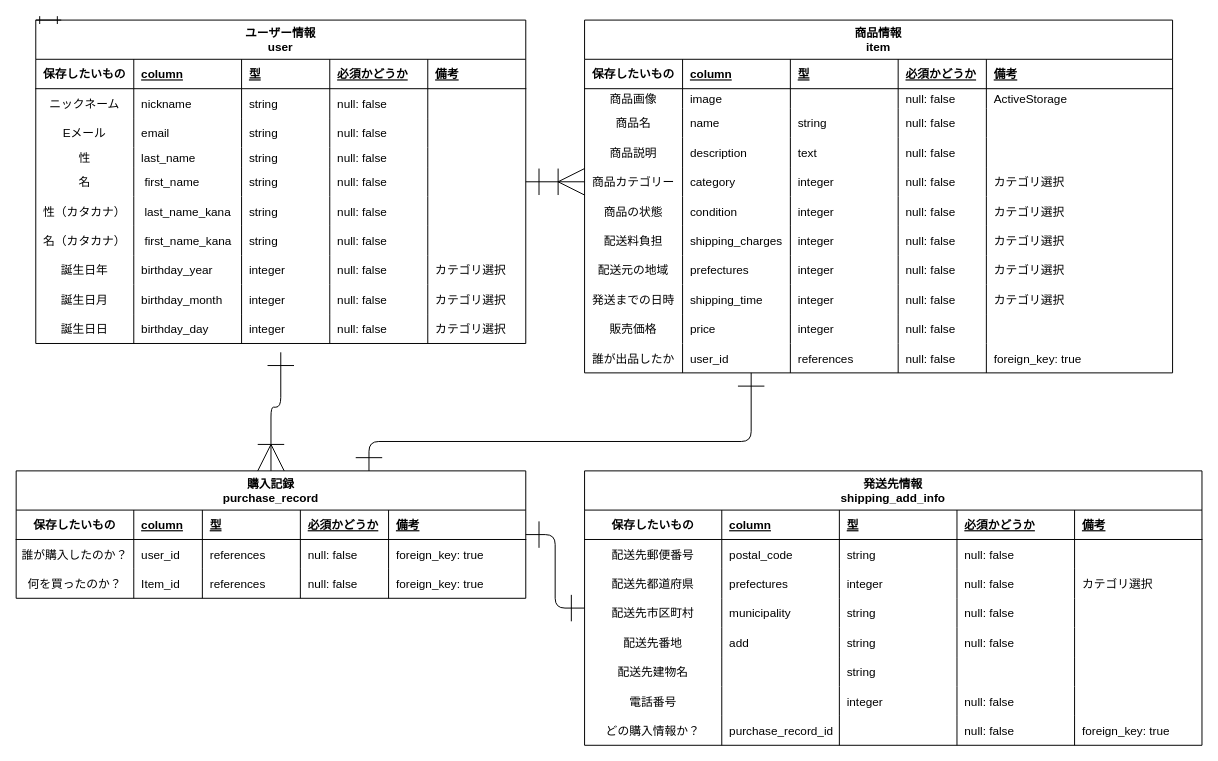
The draw.io diagram ER図.drawio in DEXIZA/furima-35503, before the edit. Source tidied: cells renumbered, new cells numbered last; positions are measured from the earlier drawing's top-left corner, leaving out a move shared by most shapes. Both pictures are drawn from the tidied source at 98%, with x=0, y=0 at pixel (16, 20).
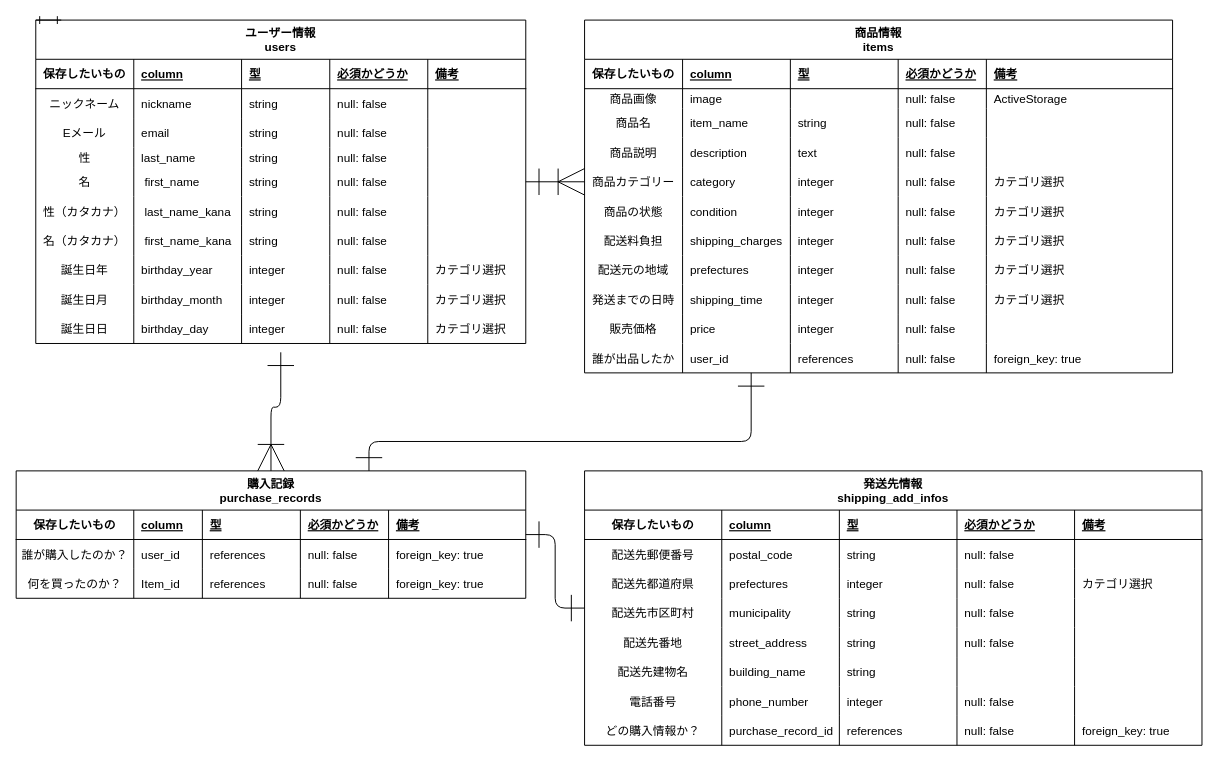
Above is the later version.

The change refers to these unchanged cells:
```xml
<mxCell id="76" style="shape=partialRectangle;fillColor=none;top=0;left=0;bottom=0;right=0;" parent="63" vertex="1">
  <mxGeometry y="90" width="600" height="30" as="geometry" />
</mxCell>
<mxCell id="174" style="shape=partialRectangle;fillColor=none;top=0;left=0;bottom=0;right=0;" parent="149" vertex="1">
  <mxGeometry y="160" width="630" height="30" as="geometry" />
</mxCell>
<mxCell id="180" style="shape=partialRectangle;fillColor=none;top=0;left=0;bottom=0;right=0;" parent="149" vertex="1">
  <mxGeometry y="190" width="630" height="30" as="geometry" />
</mxCell>
<mxCell id="186" style="shape=partialRectangle;fillColor=none;top=0;left=0;bottom=0;right=0;" parent="149" vertex="1">
  <mxGeometry y="220" width="630" height="30" as="geometry" />
</mxCell>
<mxCell id="192" style="shape=partialRectangle;fillColor=none;top=0;left=0;bottom=0;right=0;" parent="149" vertex="1">
  <mxGeometry y="250" width="630" height="30" as="geometry" />
</mxCell>
```

What changed in the source:
```diff
@@
-    <mxCell id="2" value="ユーザー情報&#10;user" style="shape=table;startSize=40;childLayout=tableLayout;rowLines=0;fontStyle=1;align=center;" parent="1" vertex="1">
+    <mxCell id="2" value="ユーザー情報&#10;users" style="shape=table;startSize=40;childLayout=tableLayout;rowLines=0;fontStyle=1;align=center;" parent="1" vertex="1">
       <mxGeometry x="20" width="500" height="330" as="geometry" />
     </mxCell>
@@
-    <mxCell id="63" value="商品情報&#10;item" style="shape=table;startSize=40;childLayout=tableLayout;rowLines=0;fontStyle=1;align=center;" parent="1" vertex="1">
+    <mxCell id="63" value="商品情報&#10;items" style="shape=table;startSize=40;childLayout=tableLayout;rowLines=0;fontStyle=1;align=center;" parent="1" vertex="1">
       <mxGeometry x="580" width="600" height="360" as="geometry" />
     </mxCell>
@@
-    <mxCell id="78" value="name" style="shape=partialRectangle;fillColor=none;top=0;left=0;bottom=0;right=0;align=left;spacingLeft=6;overflow=hidden;" parent="76" vertex="1">
+    <mxCell id="78" value="item_name" style="shape=partialRectangle;fillColor=none;top=0;left=0;bottom=0;right=0;align=left;spacingLeft=6;overflow=hidden;" parent="76" vertex="1">
       <mxGeometry x="100" width="110" height="30" as="geometry" />
     </mxCell>
@@
-    <mxCell id="130" value="購入記録&#10;purchase_record" style="shape=table;startSize=40;childLayout=tableLayout;rowLines=0;fontStyle=1;align=center;" parent="1" vertex="1">
+    <mxCell id="130" value="購入記録&#10;purchase_records" style="shape=table;startSize=40;childLayout=tableLayout;rowLines=0;fontStyle=1;align=center;" parent="1" vertex="1">
       <mxGeometry y="460" width="520" height="130" as="geometry" />
     </mxCell>
@@
-    <mxCell id="149" value="発送先情報&#10;shipping_add_info" style="shape=table;startSize=40;childLayout=tableLayout;rowLines=0;fontStyle=1;align=center;" parent="1" vertex="1">
+    <mxCell id="149" value="発送先情報&#10;shipping_add_infos" style="shape=table;startSize=40;childLayout=tableLayout;rowLines=0;fontStyle=1;align=center;" parent="1" vertex="1">
       <mxGeometry x="580" y="460" width="630" height="280" as="geometry" />
     </mxCell>
@@
-    <mxCell id="176" value="add" style="shape=partialRectangle;fillColor=none;top=0;left=0;bottom=0;right=0;align=left;spacingLeft=6;overflow=hidden;" parent="174" vertex="1">
+    <mxCell id="176" value="street_address" style="shape=partialRectangle;fillColor=none;top=0;left=0;bottom=0;right=0;align=left;spacingLeft=6;overflow=hidden;" parent="174" vertex="1">
       <mxGeometry x="140" width="120" height="30" as="geometry" />
     </mxCell>
@@
-    <mxCell id="182" style="shape=partialRectangle;fillColor=none;top=0;left=0;bottom=0;right=0;align=left;spacingLeft=6;overflow=hidden;" parent="180" vertex="1">
+    <mxCell id="182" value="building_name" style="shape=partialRectangle;fillColor=none;top=0;left=0;bottom=0;right=0;align=left;spacingLeft=6;overflow=hidden;" parent="180" vertex="1">
       <mxGeometry x="140" width="120" height="30" as="geometry" />
     </mxCell>
@@
-    <mxCell id="188" style="shape=partialRectangle;fillColor=none;top=0;left=0;bottom=0;right=0;align=left;spacingLeft=6;overflow=hidden;" parent="186" vertex="1">
+    <mxCell id="188" value="phone_number" style="shape=partialRectangle;fillColor=none;top=0;left=0;bottom=0;right=0;align=left;spacingLeft=6;overflow=hidden;" parent="186" vertex="1">
       <mxGeometry x="140" width="120" height="30" as="geometry" />
     </mxCell>
@@
-    <mxCell id="195" style="shape=partialRectangle;fillColor=none;top=0;left=0;bottom=0;right=0;align=left;spacingLeft=6;overflow=hidden;" parent="192" vertex="1">
+    <mxCell id="195" value="references" style="shape=partialRectangle;fillColor=none;top=0;left=0;bottom=0;right=0;align=left;spacingLeft=6;overflow=hidden;" parent="192" vertex="1">
       <mxGeometry x="260" width="120" height="30" as="geometry" />
     </mxCell>
```
